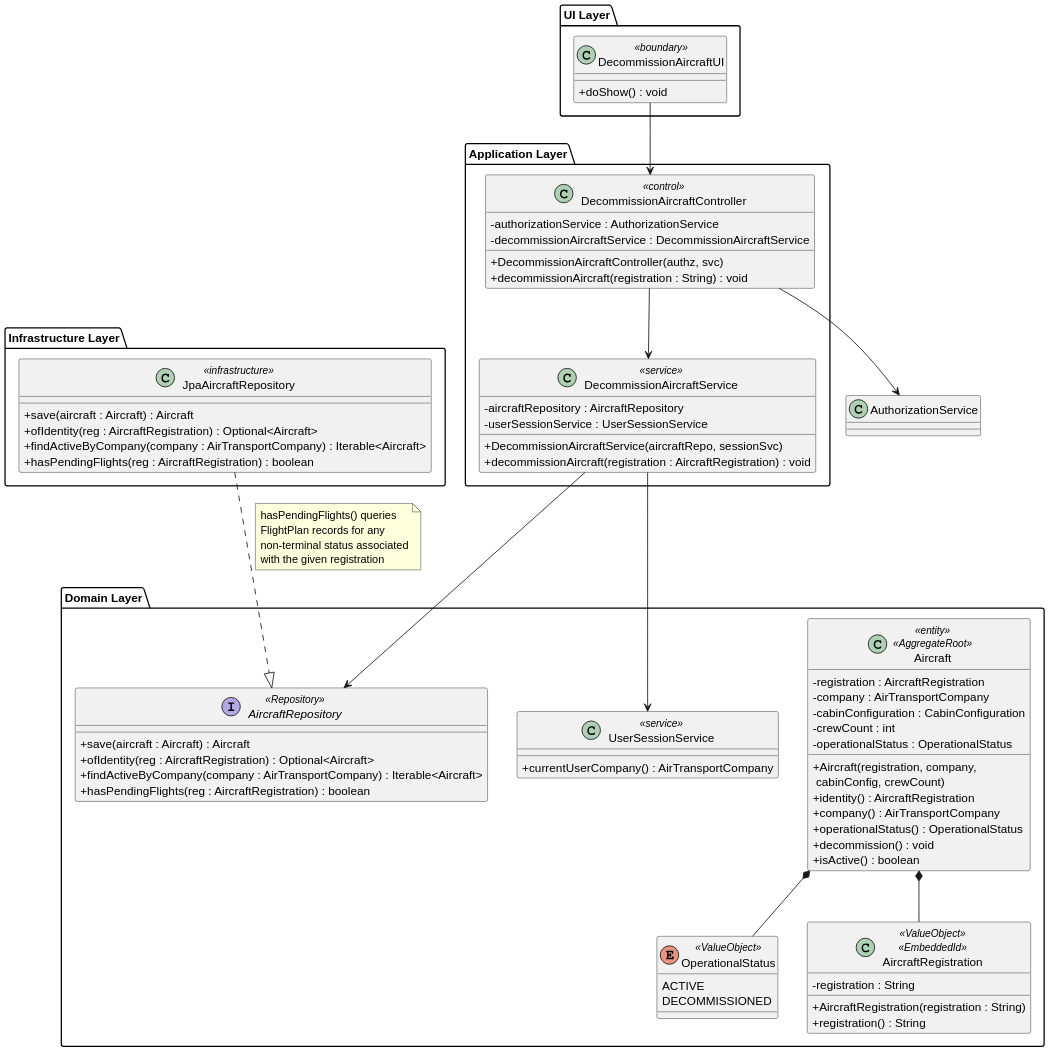
This is docs/Sprint 2/EAPLI/US071/svg/US071_class_diagram.svg from DuartePinto1240/sem4pi2526-sem4pi2526_2da2, a PlantUML export, as it was before one commit.
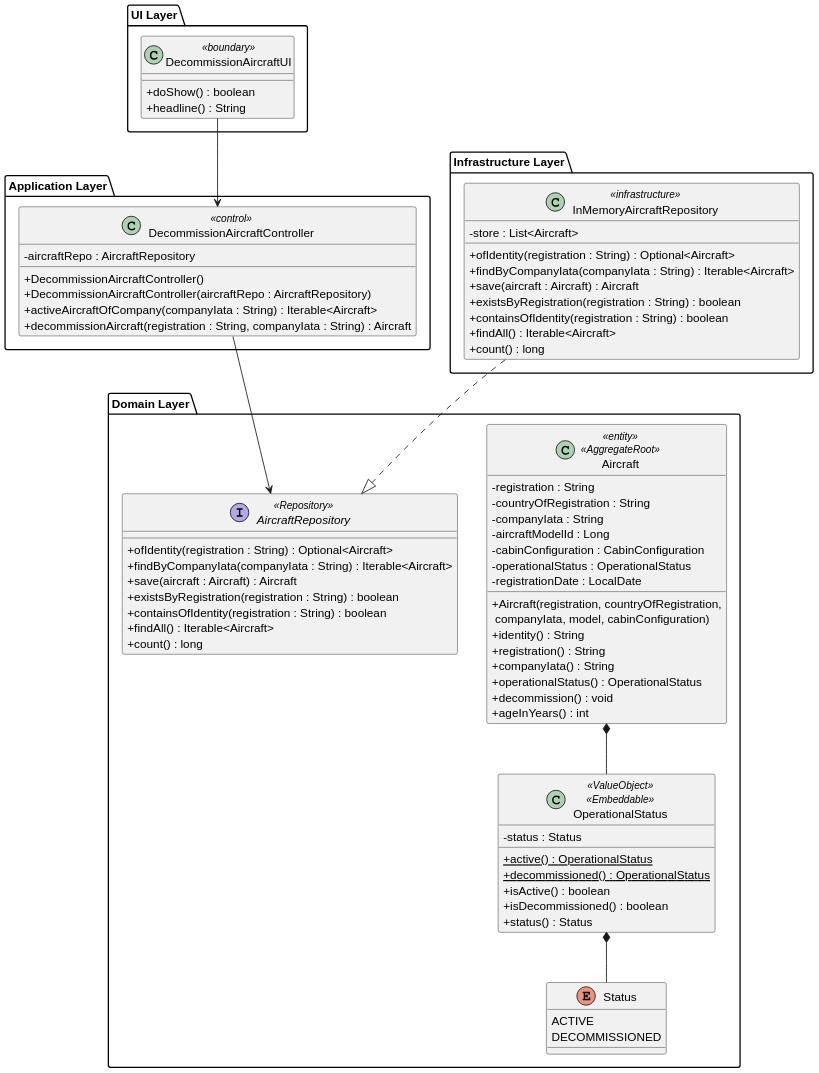
The same file after the commit.

Diff of the diagram source:
```diff
@@ -3,89 +3,82 @@
 
 package "UI Layer" {
   class DecommissionAircraftUI <<boundary>> {
-    + doShow() : void
+    + doShow() : boolean
+    + headline() : String
   }
 }
 
 package "Application Layer" {
   class DecommissionAircraftController <<control>> {
-    - authorizationService : AuthorizationService
-    - decommissionAircraftService : DecommissionAircraftService
-    + DecommissionAircraftController(authz, svc)
-    + decommissionAircraft(registration : String) : void
-  }
-
-  class DecommissionAircraftService <<service>> {
-    - aircraftRepository : AircraftRepository
-    - userSessionService : UserSessionService
-    + DecommissionAircraftService(aircraftRepo, sessionSvc)
-    + decommissionAircraft(registration : AircraftRegistration) : void
+    - aircraftRepo : AircraftRepository
+    + DecommissionAircraftController()
+    + DecommissionAircraftController(aircraftRepo : AircraftRepository)
+    + activeAircraftOfCompany(companyIata : String) : Iterable<Aircraft>
+    + decommissionAircraft(registration : String, companyIata : String) : Aircraft
   }
 }
 
 package "Domain Layer" {
   class Aircraft <<entity>> <<AggregateRoot>> {
-    - registration : AircraftRegistration
-    - company : AirTransportCompany
+    - registration : String
+    - countryOfRegistration : String
+    - companyIata : String
+    - aircraftModelId : Long
     - cabinConfiguration : CabinConfiguration
-    - crewCount : int
     - operationalStatus : OperationalStatus
-    + Aircraft(registration, company,\n cabinConfig, crewCount)
-    + identity() : AircraftRegistration
-    + company() : AirTransportCompany
+    - registrationDate : LocalDate
+    + Aircraft(registration, countryOfRegistration,\n companyIata, model, cabinConfiguration)
+    + identity() : String
+    + registration() : String
+    + companyIata() : String
     + operationalStatus() : OperationalStatus
     + decommission() : void
-    + isActive() : boolean
+    + ageInYears() : int
   }
 
-  enum OperationalStatus <<ValueObject>> {
+  class OperationalStatus <<ValueObject>> <<Embeddable>> {
+    - status : Status
+    + {static} active() : OperationalStatus
+    + {static} decommissioned() : OperationalStatus
+    + isActive() : boolean
+    + isDecommissioned() : boolean
+    + status() : Status
+  }
+
+  enum Status {
     ACTIVE
     DECOMMISSIONED
   }
 
-  class AircraftRegistration <<ValueObject>> <<EmbeddedId>> {
-    - registration : String
-    + AircraftRegistration(registration : String)
-    + registration() : String
-  }
-
   interface AircraftRepository <<Repository>> {
+    + ofIdentity(registration : String) : Optional<Aircraft>
+    + findByCompanyIata(companyIata : String) : Iterable<Aircraft>
     + save(aircraft : Aircraft) : Aircraft
-    + ofIdentity(reg : AircraftRegistration) : Optional<Aircraft>
-    + findActiveByCompany(company : AirTransportCompany) : Iterable<Aircraft>
-    + hasPendingFlights(reg : AircraftRegistration) : boolean
-  }
-
-  class UserSessionService <<service>> {
-    + currentUserCompany() : AirTransportCompany
+    + existsByRegistration(registration : String) : boolean
+    + containsOfIdentity(registration : String) : boolean
+    + findAll() : Iterable<Aircraft>
+    + count() : long
   }
 }
 
 package "Infrastructure Layer" {
-  class JpaAircraftRepository <<infrastructure>> {
+  class InMemoryAircraftRepository <<infrastructure>> {
+    - store : List<Aircraft>
+    + ofIdentity(registration : String) : Optional<Aircraft>
+    + findByCompanyIata(companyIata : String) : Iterable<Aircraft>
     + save(aircraft : Aircraft) : Aircraft
-    + ofIdentity(reg : AircraftRegistration) : Optional<Aircraft>
-    + findActiveByCompany(company : AirTransportCompany) : Iterable<Aircraft>
-    + hasPendingFlights(reg : AircraftRegistration) : boolean
+    + existsByRegistration(registration : String) : boolean
+    + containsOfIdentity(registration : String) : boolean
+    + findAll() : Iterable<Aircraft>
+    + count() : long
   }
 }
 
 DecommissionAircraftUI --> DecommissionAircraftController
-DecommissionAircraftController --> DecommissionAircraftService
-DecommissionAircraftController --> AuthorizationService
+DecommissionAircraftController --> AircraftRepository
 
-DecommissionAircraftService --> AircraftRepository
-DecommissionAircraftService --> UserSessionService
+Aircraft *-- OperationalStatus
+OperationalStatus *-- Status
 
-Aircraft *-- AircraftRegistration
-Aircraft *-- OperationalStatus
-
-JpaAircraftRepository ..|> AircraftRepository
-
-note on link
-  hasPendingFlights() queries
-  FlightPlan records for any
-  non-terminal status associated
-  with the given registration
-end note
+InMemoryAircraftRepository ..|> AircraftRepository
 @enduml
```
